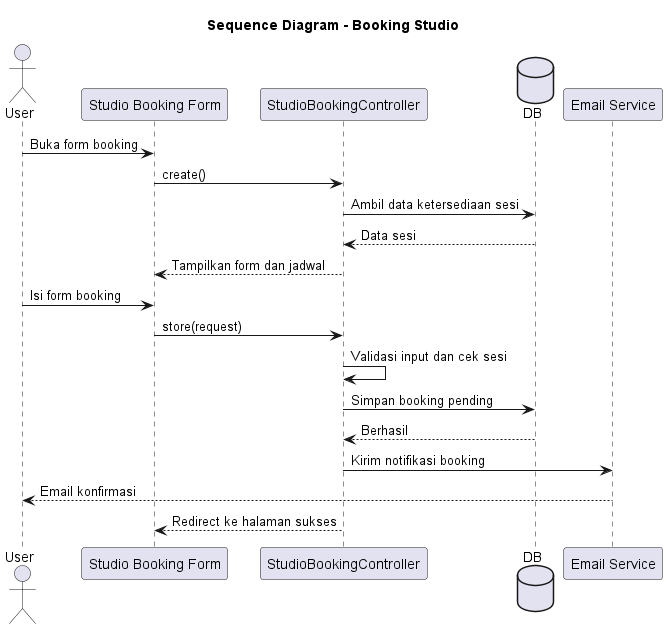
This is out/docs/sequence-diagrams/iterasi-2/03-booking-studio-seq/Booking_Studio_Sequence.png from RizkyFahrizal/satpals-project, a PlantUML export, as it was before one commit. Source of this version:
```plantuml
@startuml Booking_Studio_Sequence

title Sequence Diagram - Booking Studio

actor User
participant "Studio Booking Form" as View
participant "StudioBookingController" as Controller
database DB
participant "Email Service" as Mail

User -> View: Buka form booking
View -> Controller: create()
Controller -> DB: Ambil data ketersediaan sesi
DB --> Controller: Data sesi
Controller --> View: Tampilkan form dan jadwal

User -> View: Isi form booking
View -> Controller: store(request)
Controller -> Controller: Validasi input dan cek sesi
Controller -> DB: Simpan booking pending
DB --> Controller: Berhasil
Controller -> Mail: Kirim notifikasi booking
Mail --> User: Email konfirmasi
Controller --> View: Redirect ke halaman sukses

@enduml
```
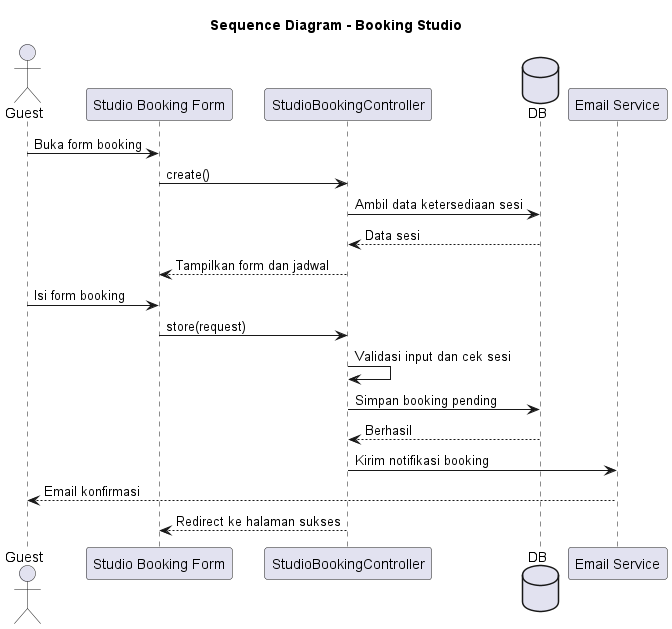
The same file after the commit.

What changed in the source:
```diff
@@ -2,25 +2,25 @@
 
 title Sequence Diagram - Booking Studio
 
-actor User
+actor Guest
 participant "Studio Booking Form" as View
 participant "StudioBookingController" as Controller
 database DB
 participant "Email Service" as Mail
 
-User -> View: Buka form booking
+Guest -> View: Buka form booking
 View -> Controller: create()
 Controller -> DB: Ambil data ketersediaan sesi
 DB --> Controller: Data sesi
 Controller --> View: Tampilkan form dan jadwal
 
-User -> View: Isi form booking
+Guest -> View: Isi form booking
 View -> Controller: store(request)
 Controller -> Controller: Validasi input dan cek sesi
 Controller -> DB: Simpan booking pending
 DB --> Controller: Berhasil
 Controller -> Mail: Kirim notifikasi booking
-Mail --> User: Email konfirmasi
+Mail --> Guest: Email konfirmasi
 Controller --> View: Redirect ke halaman sukses
 
 @enduml
```
